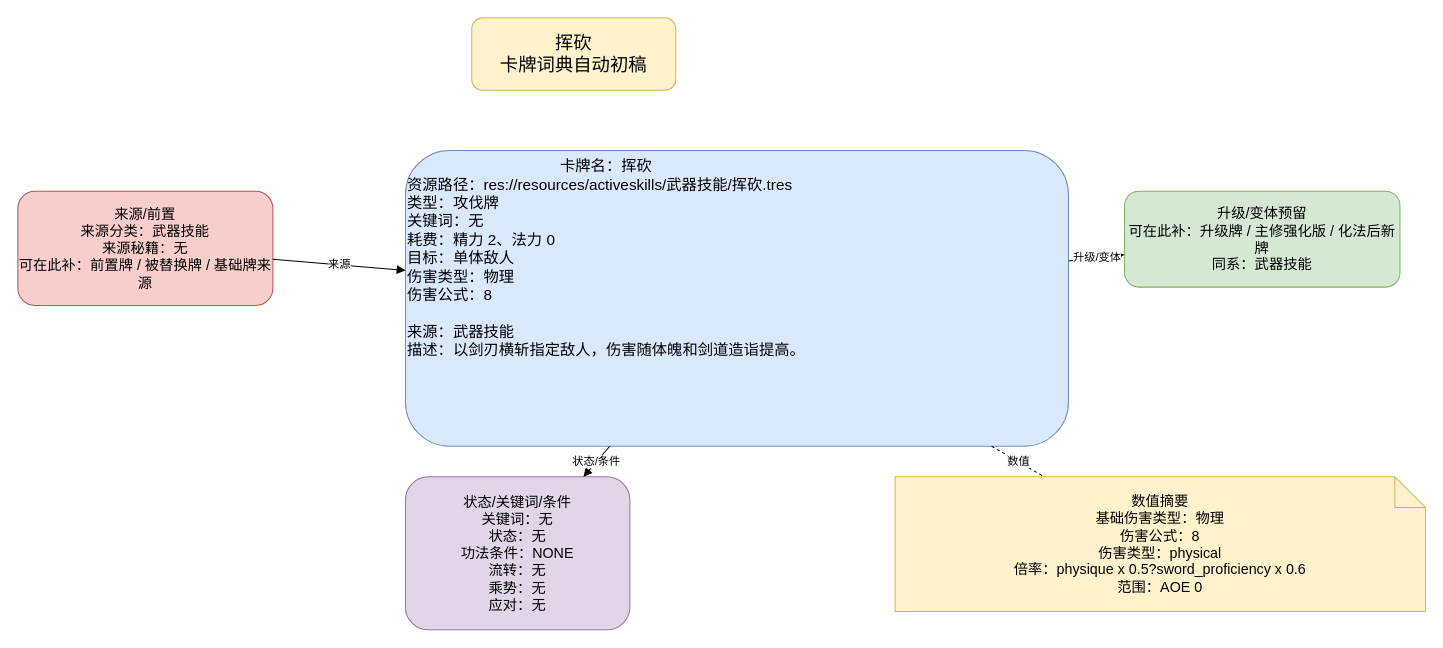
ankundanetracyc-spec/tian-guan-you-du keeps this draw.io diagram as docs/卡牌词典/武器技能/挥砍.drawio. Above is the earlier version. Source tidied: cells renumbered, new cells numbered last; positions are measured from the earlier drawing's top-left corner, leaving out a move shared by most shapes. Both pictures are drawn from the tidied source at 102%, with x=0, y=0 at pixel (17, 17).
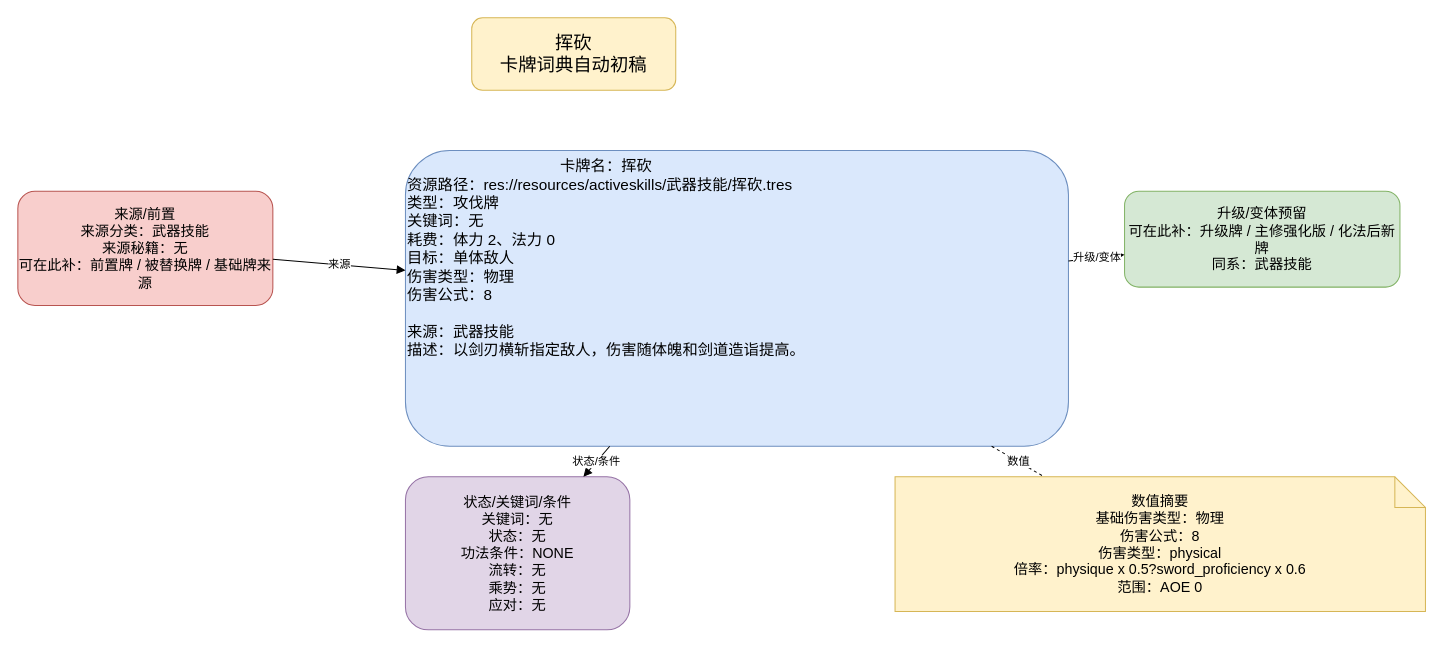
The same diagram, later.

Change to the diagram source:
```diff
@@
 <mxGraphModel>
   <root>
     <mxCell id="0" />
     <mxCell id="1" parent="0" />
     <mxCell id="2" value="挥砍&#10;卡牌词典自动初稿" style="rounded=1;whiteSpace=wrap;html=1;fillColor=#fff2cc;strokeColor=#d6b656;fontSize=18;" parent="1" vertex="1">
       <mxGeometry x="445" width="200" height="71" as="geometry" />
     </mxCell>
-    <mxCell id="3" value="&lt;div style=&quot;text-align:center;&quot;&gt;卡牌名：挥砍&lt;/div&gt;&lt;div style=&quot;text-align:left;&quot;&gt;资源路径：res://resources/activeskills/武器技能/挥砍.tres&lt;br&gt;类型：攻伐牌&lt;br&gt;关键词：无&lt;br&gt;耗费：精力 2、法力 0&lt;br&gt;目标：单体敌人&lt;br&gt;伤害类型：物理&lt;br&gt;伤害公式：8&lt;/div&gt;&lt;br&gt;来源：武器技能&lt;br&gt;描述：以剑刃横斩指定敌人，伤害随体魄和剑道造诣提高。" style="rounded=1;whiteSpace=wrap;html=1;fillColor=#dae8fc;strokeColor=#6c8ebf;fontSize=15;align=left;verticalAlign=top;" parent="1" vertex="1">
+    <mxCell id="3" value="&lt;div style=&quot;text-align:center;&quot;&gt;卡牌名：挥砍&lt;/div&gt;&lt;div style=&quot;text-align:left;&quot;&gt;资源路径：res://resources/activeskills/武器技能/挥砍.tres&lt;br&gt;类型：攻伐牌&lt;br&gt;关键词：无&lt;br&gt;耗费：体力 2、法力 0&lt;br&gt;目标：单体敌人&lt;br&gt;伤害类型：物理&lt;br&gt;伤害公式：8&lt;/div&gt;&lt;br&gt;来源：武器技能&lt;br&gt;描述：以剑刃横斩指定敌人，伤害随体魄和剑道造诣提高。" style="rounded=1;whiteSpace=wrap;html=1;fillColor=#dae8fc;strokeColor=#6c8ebf;fontSize=15;align=left;verticalAlign=top;" parent="1" vertex="1">
       <mxGeometry x="380" y="130" width="650" height="290" as="geometry" />
     </mxCell>
     <mxCell id="4" value="来源/前置&#10;来源分类：武器技能&#10;来源秘籍：无&#10;可在此补：前置牌 / 被替换牌 / 基础牌来源" style="rounded=1;whiteSpace=wrap;html=1;fillColor=#f8cecc;strokeColor=#b85450;fontSize=14;" parent="1" vertex="1">
       <mxGeometry y="170" width="250" height="112" as="geometry" />
     </mxCell>
     <mxCell id="5" value="升级/变体预留&#10;可在此补：升级牌 / 主修强化版 / 化法后新牌&#10;同系：武器技能" style="rounded=1;whiteSpace=wrap;html=1;fillColor=#d5e8d4;strokeColor=#82b366;fontSize=14;" parent="1" vertex="1">
       <mxGeometry x="1085" y="170" width="270" height="94" as="geometry" />
     </mxCell>
     <mxCell id="6" value="状态/关键词/条件&#10;关键词：无&#10;状态：无&#10;功法条件：NONE&#10;流转：无&#10;乘势：无&#10;应对：无" style="rounded=1;whiteSpace=wrap;html=1;fillColor=#e1d5e7;strokeColor=#9673a6;fontSize=14;" parent="1" vertex="1">
       <mxGeometry x="380" y="450" width="220" height="150" as="geometry" />
     </mxCell>
     <mxCell id="7" value="数值摘要&lt;br&gt;基础伤害类型：物理&lt;br&gt;伤害公式：8&lt;br&gt;伤害类型：physical&lt;br&gt;倍率：physique x 0.5?sword_proficiency x 0.6&lt;br&gt;范围：AOE 0" style="shape=note;whiteSpace=wrap;html=1;fillColor=#fff2cc;strokeColor=#d6b656;fontSize=14;" parent="1" vertex="1">
       <mxGeometry x="860" y="450" width="520" height="132" as="geometry" />
     </mxCell>
     <mxCell id="8" value="来源" style="endArrow=block;html=1;rounded=0;" parent="1" edge="1" source="4" target="3">
       <mxGeometry relative="1" as="geometry" />
     </mxCell>
     <mxCell id="9" value="升级/变体" style="endArrow=block;html=1;rounded=0;" parent="1" edge="1" source="3" target="5">
       <mxGeometry relative="1" as="geometry" />
     </mxCell>
     <mxCell id="10" value="状态/条件" style="endArrow=block;html=1;rounded=0;" parent="1" edge="1" source="3" target="6">
       <mxGeometry relative="1" as="geometry" />
     </mxCell>
     <mxCell id="11" value="数值" style="endArrow=none;dashed=1;html=1;" parent="1" edge="1" source="3" target="7">
       <mxGeometry relative="1" as="geometry" />
     </mxCell>
   </root>
 </mxGraphModel>
```
